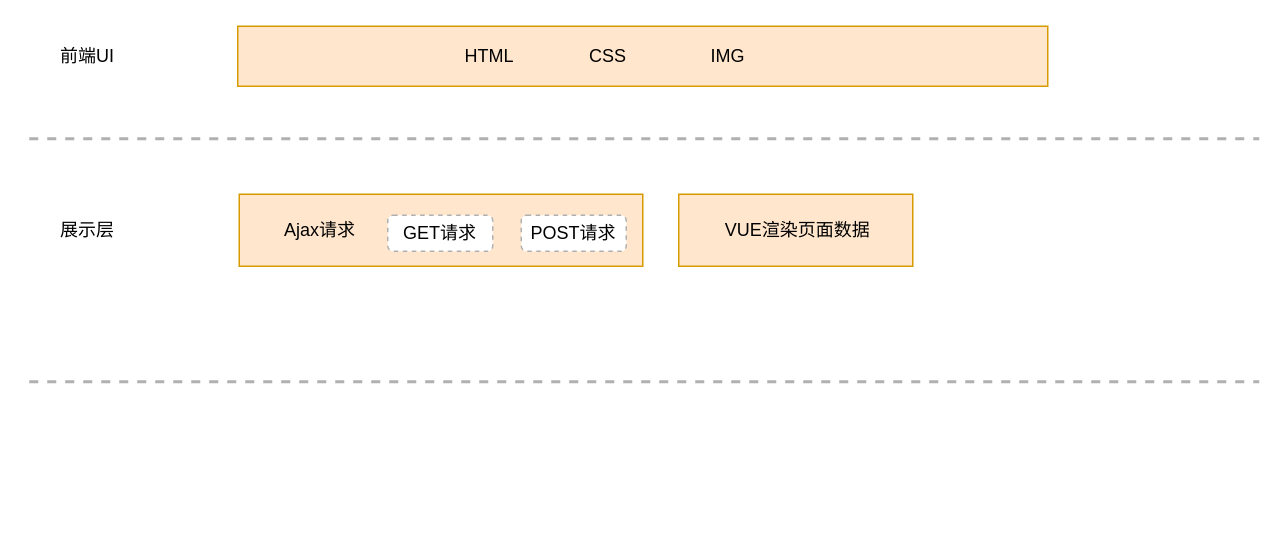
Before: 技术架构图.drawio in ammengke/my-drawio, a draw.io diagram. Source tidied: cells renumbered, new cells numbered last; positions are measured from the earlier drawing's top-left corner, leaving out a move shared by most shapes. Both pictures are drawn from the tidied source at 150%, with x=0, y=0 at pixel (28, 26).
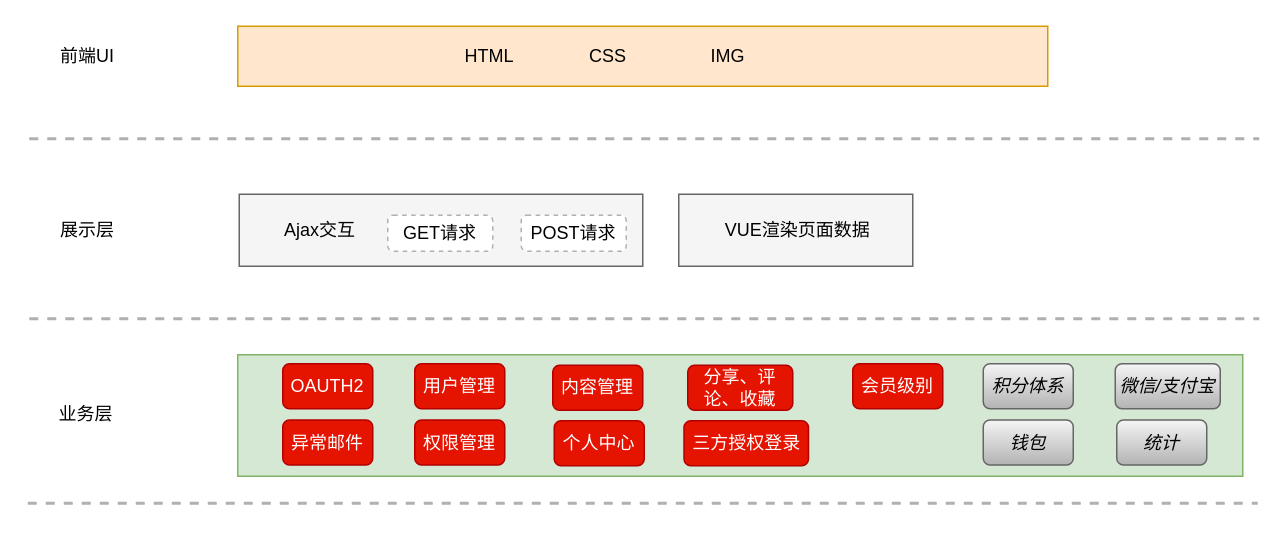
Above is the later version.

Commit message (it also covers changes not shown here):
Update 技术架构图.drawio

What changed in the source:
```diff
@@
-    <mxCell id="2" style="rounded=0;whiteSpace=wrap;html=1;fillColor=#ffe6cc;strokeColor=#d79b00;" parent="1" vertex="1">
+    <mxCell id="2" style="rounded=0;whiteSpace=wrap;html=1;fillColor=#f5f5f5;strokeColor=#666666;fontColor=#333333;" parent="1" vertex="1">
       <mxGeometry x="433" y="112" width="156" height="48" as="geometry" />
     </mxCell>
@@
-    <mxCell id="10" style="rounded=0;whiteSpace=wrap;html=1;fillColor=#ffe6cc;strokeColor=#d79b00;" parent="1" vertex="1">
+    <mxCell id="10" style="rounded=0;whiteSpace=wrap;html=1;fillColor=#f5f5f5;strokeColor=#666666;fontColor=#333333;" parent="1" vertex="1">
       <mxGeometry x="140" y="112" width="269" height="48" as="geometry" />
     </mxCell>
     <mxCell id="11" style="line;strokeWidth=2;html=1;dashed=1;strokeColor=#B0B0B0;" parent="1" vertex="1">
-      <mxGeometry y="232" width="820" height="10" as="geometry" />
+      <mxGeometry y="190" width="820" height="10" as="geometry" />
     </mxCell>
@@
-    <mxCell id="13" value="Ajax请求" style="text;html=1;strokeColor=none;fillColor=none;align=center;verticalAlign=middle;whiteSpace=wrap;rounded=0;dashed=1;" parent="1" vertex="1">
+    <mxCell id="13" value="Ajax交互" style="text;html=1;strokeColor=none;fillColor=none;align=center;verticalAlign=middle;whiteSpace=wrap;rounded=0;dashed=1;" parent="1" vertex="1">
       <mxGeometry x="169" y="126" width="50" height="20" as="geometry" />
     </mxCell>
@@
+    <mxCell id="16" style="line;strokeWidth=2;html=1;dashed=1;strokeColor=#B0B0B0;" parent="1" vertex="1">
+      <mxGeometry x="-1" y="313" width="820" height="10" as="geometry" />
+    </mxCell>
+    <mxCell id="17" value="业务层" style="text;html=1;strokeColor=none;fillColor=none;align=center;verticalAlign=middle;whiteSpace=wrap;rounded=0;" parent="1" vertex="1">
+      <mxGeometry x="18" y="249" width="40" height="20" as="geometry" />
+    </mxCell>
+    <mxCell id="18" style="rounded=0;whiteSpace=wrap;html=1;strokeColor=#82b366;fillColor=#d5e8d4;" parent="1" vertex="1">
+      <mxGeometry x="139" y="219" width="670" height="81" as="geometry" />
+    </mxCell>
+    <mxCell id="19" value="OAUTH2" style="rounded=1;whiteSpace=wrap;html=1;strokeColor=#B20000;fillColor=#e51400;fontColor=#ffffff;" parent="1" vertex="1">
+      <mxGeometry x="169" y="225" width="60" height="30" as="geometry" />
+    </mxCell>
+    <mxCell id="20" value="异常邮件" style="rounded=1;whiteSpace=wrap;html=1;strokeColor=#B20000;fillColor=#e51400;fontColor=#ffffff;" parent="1" vertex="1">
+      <mxGeometry x="169" y="262.5" width="60" height="30" as="geometry" />
+    </mxCell>
+    <mxCell id="21" value="用户管理" style="rounded=1;whiteSpace=wrap;html=1;strokeColor=#B20000;fillColor=#e51400;fontColor=#ffffff;" parent="1" vertex="1">
+      <mxGeometry x="257" y="225" width="60" height="30" as="geometry" />
+    </mxCell>
+    <mxCell id="22" value="权限管理" style="rounded=1;whiteSpace=wrap;html=1;strokeColor=#B20000;fillColor=#e51400;fontColor=#ffffff;" parent="1" vertex="1">
+      <mxGeometry x="257" y="262.5" width="60" height="30" as="geometry" />
+    </mxCell>
+    <mxCell id="23" value="内容管理" style="rounded=1;whiteSpace=wrap;html=1;strokeColor=#B20000;fillColor=#e51400;fontColor=#ffffff;" parent="1" vertex="1">
+      <mxGeometry x="349" y="226" width="60" height="30" as="geometry" />
+    </mxCell>
+    <mxCell id="24" value="统计" style="rounded=1;whiteSpace=wrap;html=1;strokeColor=#666666;fillColor=#f5f5f5;fontStyle=2;gradientColor=#b3b3b3;" parent="1" vertex="1">
+      <mxGeometry x="725" y="262.5" width="60" height="30" as="geometry" />
+    </mxCell>
+    <mxCell id="25" value="积分体系" style="rounded=1;whiteSpace=wrap;html=1;strokeColor=#666666;fillColor=#f5f5f5;fontStyle=2;gradientColor=#b3b3b3;" parent="1" vertex="1">
+      <mxGeometry x="636" y="225" width="60" height="30" as="geometry" />
+    </mxCell>
+    <mxCell id="26" value="会员级别" style="rounded=1;whiteSpace=wrap;html=1;strokeColor=#B20000;fillColor=#e51400;fontColor=#ffffff;" parent="1" vertex="1">
+      <mxGeometry x="549" y="225" width="60" height="30" as="geometry" />
+    </mxCell>
+    <mxCell id="27" value="个人中心" style="rounded=1;whiteSpace=wrap;html=1;strokeColor=#B20000;fillColor=#e51400;fontColor=#ffffff;" parent="1" vertex="1">
+      <mxGeometry x="350" y="263" width="60" height="30" as="geometry" />
+    </mxCell>
+    <mxCell id="28" value="钱包" style="rounded=1;whiteSpace=wrap;html=1;strokeColor=#666666;fillColor=#f5f5f5;fontStyle=2;gradientColor=#b3b3b3;" parent="1" vertex="1">
+      <mxGeometry x="636" y="262.5" width="60" height="30" as="geometry" />
+    </mxCell>
+    <mxCell id="29" value="微信/支付宝" style="rounded=1;whiteSpace=wrap;html=1;strokeColor=#666666;fillColor=#f5f5f5;fontStyle=2;gradientColor=#b3b3b3;" parent="1" vertex="1">
+      <mxGeometry x="724" y="225" width="70" height="30" as="geometry" />
+    </mxCell>
+    <mxCell id="30" value="三方授权登录" style="rounded=1;whiteSpace=wrap;html=1;strokeColor=#B20000;fillColor=#e51400;fontColor=#ffffff;" parent="1" vertex="1">
+      <mxGeometry x="436.5" y="263" width="83" height="30" as="geometry" />
+    </mxCell>
+    <mxCell id="31" value="分享、评论、收藏" style="rounded=1;whiteSpace=wrap;html=1;strokeColor=#B20000;fillColor=#e51400;fontColor=#ffffff;" parent="1" vertex="1">
+      <mxGeometry x="439" y="226" width="70" height="30" as="geometry" />
+    </mxCell>
```
